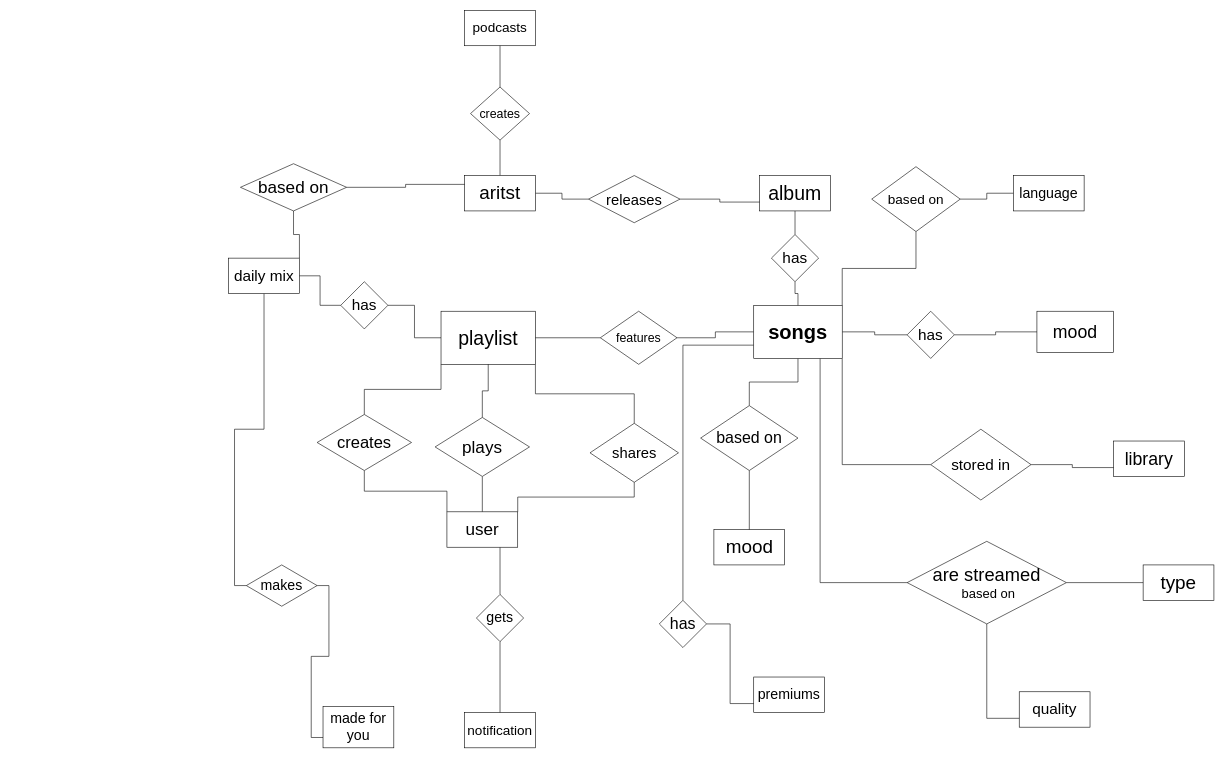
harshbajani/se keeps this draw.io diagram as er diagram.drawio. Above is the earlier version. Source tidied: cells renumbered, new cells numbered last; positions are measured from the earlier drawing's top-left corner, leaving out a move shared by most shapes. Both pictures are drawn from the tidied source at 59%, with x=0, y=0 at pixel (228, 10).
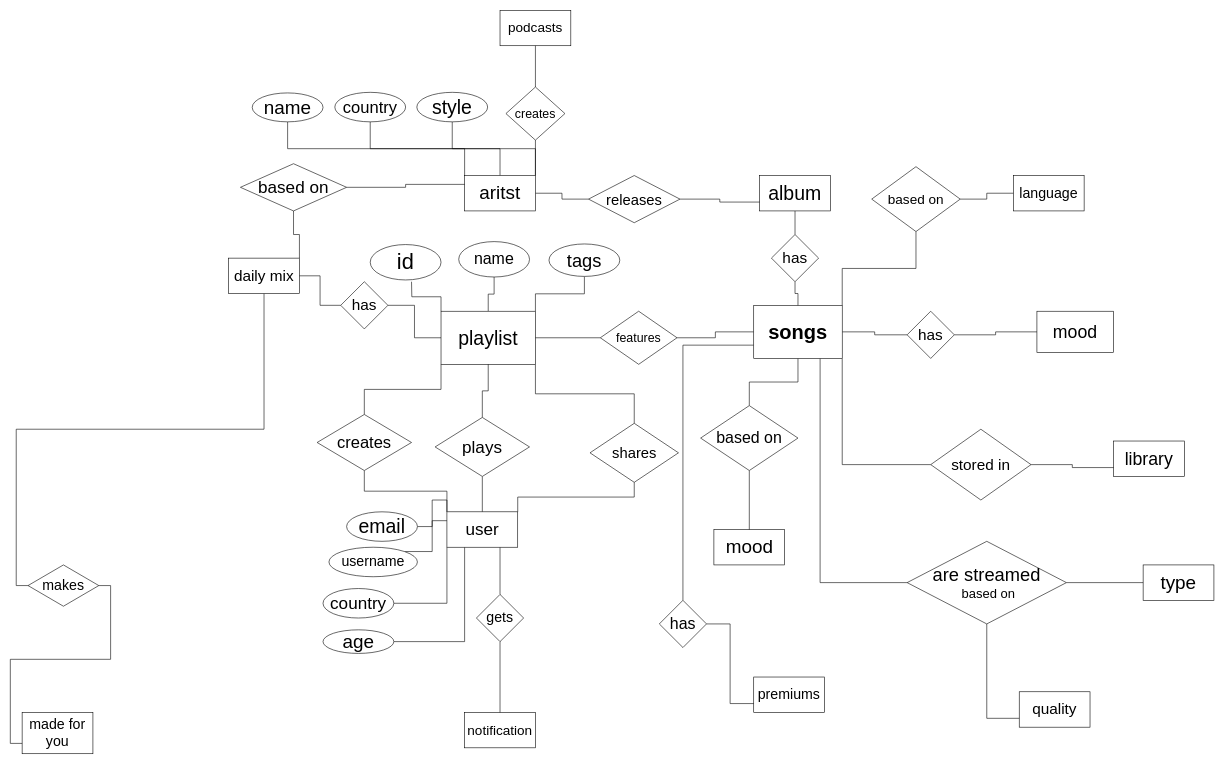
After the change.

Unchanged cells that the change refers to:
```xml
<mxCell id="11" value="&lt;font style=&quot;font-size: 29px&quot;&gt;user&lt;/font&gt;" style="rounded=0;whiteSpace=wrap;html=1;" parent="1" vertex="1">
  <mxGeometry x="370" y="850" width="120" height="60" as="geometry" />
</mxCell>
<mxCell id="27" value="&lt;font style=&quot;font-size: 33px&quot;&gt;playlist&lt;/font&gt;" style="rounded=0;whiteSpace=wrap;html=1;" parent="1" vertex="1">
  <mxGeometry x="360" y="510" width="160" height="90" as="geometry" />
</mxCell>
<mxCell id="32" value="&lt;font style=&quot;font-size: 32px&quot;&gt;aritst&lt;/font&gt;" style="rounded=0;whiteSpace=wrap;html=1;" parent="1" vertex="1">
  <mxGeometry x="400" y="280" width="120" height="60" as="geometry" />
</mxCell>
```

The edit, as a diff of the source:
```diff
@@
+    <mxCell id="70" style="edgeStyle=orthogonalEdgeStyle;rounded=0;jettySize=auto;html=1;exitX=0;exitY=0;exitDx=0;exitDy=0;entryX=1;entryY=0.5;entryDx=0;entryDy=0;endArrow=none;endFill=0;" parent="1" edge="1" source="11" target="80">
+      <mxGeometry relative="1" as="geometry" />
+    </mxCell>
+    <mxCell id="71" style="edgeStyle=orthogonalEdgeStyle;rounded=0;jettySize=auto;html=1;exitX=0;exitY=0.25;exitDx=0;exitDy=0;entryX=1;entryY=0;entryDx=0;entryDy=0;endArrow=none;endFill=0;" parent="1" edge="1" source="11" target="81">
+      <mxGeometry relative="1" as="geometry" />
+    </mxCell>
+    <mxCell id="72" style="edgeStyle=orthogonalEdgeStyle;rounded=0;jettySize=auto;html=1;exitX=0;exitY=1;exitDx=0;exitDy=0;entryX=1;entryY=0.5;entryDx=0;entryDy=0;endArrow=none;endFill=0;" parent="1" edge="1" source="11" target="82">
+      <mxGeometry relative="1" as="geometry" />
+    </mxCell>
+    <mxCell id="73" style="edgeStyle=orthogonalEdgeStyle;rounded=0;jettySize=auto;html=1;exitX=0.25;exitY=1;exitDx=0;exitDy=0;entryX=1;entryY=0.5;entryDx=0;entryDy=0;endArrow=none;endFill=0;" parent="1" edge="1" source="11" target="83">
+      <mxGeometry relative="1" as="geometry" />
+    </mxCell>
@@
     <mxCell id="14" value="&lt;font style=&quot;font-size: 24px&quot;&gt;made for you&lt;br&gt;&lt;/font&gt;" style="rounded=0;whiteSpace=wrap;html=1;" parent="1" vertex="1">
-      <mxGeometry x="160" y="1180" width="120" height="70" as="geometry" />
+      <mxGeometry x="-350" y="1190" width="120" height="70" as="geometry" />
     </mxCell>
@@
+    <mxCell id="74" style="edgeStyle=orthogonalEdgeStyle;rounded=0;jettySize=auto;html=1;exitX=1;exitY=0;exitDx=0;exitDy=0;entryX=0.5;entryY=1;entryDx=0;entryDy=0;endArrow=none;endFill=0;" parent="1" edge="1" source="27" target="86">
+      <mxGeometry relative="1" as="geometry" />
+    </mxCell>
+    <mxCell id="75" style="edgeStyle=orthogonalEdgeStyle;rounded=0;jettySize=auto;html=1;exitX=0.5;exitY=0;exitDx=0;exitDy=0;entryX=0.5;entryY=1;entryDx=0;entryDy=0;endArrow=none;endFill=0;" parent="1" edge="1" source="27" target="85">
+      <mxGeometry relative="1" as="geometry" />
+    </mxCell>
+    <mxCell id="76" style="edgeStyle=orthogonalEdgeStyle;rounded=0;jettySize=auto;html=1;exitX=0;exitY=0;exitDx=0;exitDy=0;endArrow=none;endFill=0;" parent="1" edge="1" source="27">
+      <mxGeometry relative="1" as="geometry">
+        <mxPoint x="310" y="460" as="targetPoint" />
+      </mxGeometry>
+    </mxCell>
@@
-    <mxCell id="31" style="edgeStyle=orthogonalEdgeStyle;rounded=0;jettySize=auto;html=1;exitX=0.5;exitY=0;exitDx=0;exitDy=0;entryX=0.5;entryY=1;entryDx=0;entryDy=0;startArrow=none;startFill=0;endArrow=none;endFill=0;" parent="1" edge="1" source="32" target="69">
+    <mxCell id="31" style="edgeStyle=orthogonalEdgeStyle;rounded=0;jettySize=auto;html=1;exitX=1;exitY=0;exitDx=0;exitDy=0;entryX=0.5;entryY=1;entryDx=0;entryDy=0;endArrow=none;endFill=0;" parent="1" edge="1" source="32" target="69">
       <mxGeometry relative="1" as="geometry" />
     </mxCell>
+    <mxCell id="77" style="edgeStyle=orthogonalEdgeStyle;rounded=0;jettySize=auto;html=1;exitX=1;exitY=0;exitDx=0;exitDy=0;entryX=0.5;entryY=1;entryDx=0;entryDy=0;endArrow=none;endFill=0;" parent="1" edge="1" source="32" target="87">
+      <mxGeometry relative="1" as="geometry" />
+    </mxCell>
+    <mxCell id="78" style="edgeStyle=orthogonalEdgeStyle;rounded=0;jettySize=auto;html=1;exitX=0.5;exitY=0;exitDx=0;exitDy=0;entryX=0.5;entryY=1;entryDx=0;entryDy=0;endArrow=none;endFill=0;" parent="1" edge="1" source="32" target="88">
+      <mxGeometry relative="1" as="geometry" />
+    </mxCell>
+    <mxCell id="79" style="edgeStyle=orthogonalEdgeStyle;rounded=0;jettySize=auto;html=1;exitX=0;exitY=0;exitDx=0;exitDy=0;entryX=0.5;entryY=1;entryDx=0;entryDy=0;endArrow=none;endFill=0;" parent="1" edge="1" source="32" target="89">
+      <mxGeometry relative="1" as="geometry" />
+    </mxCell>
@@
     <mxCell id="34" value="&lt;font style=&quot;font-size: 23px&quot;&gt;podcasts&lt;/font&gt;" style="rounded=0;whiteSpace=wrap;html=1;" parent="1" vertex="1">
-      <mxGeometry x="400" width="120" height="60" as="geometry" />
+      <mxGeometry x="460" width="120" height="60" as="geometry" />
     </mxCell>
@@
     <mxCell id="50" value="&lt;font style=&quot;font-size: 24px&quot;&gt;makes&lt;/font&gt;" style="rhombus;whiteSpace=wrap;html=1;" parent="1" vertex="1">
-      <mxGeometry x="30" y="940" width="120" height="70" as="geometry" />
+      <mxGeometry x="-340" y="940" width="120" height="70" as="geometry" />
     </mxCell>
@@
     <mxCell id="69" value="&lt;font style=&quot;font-size: 21px&quot;&gt;creates&lt;/font&gt;" style="rhombus;whiteSpace=wrap;html=1;" parent="1" vertex="1">
-      <mxGeometry x="410" y="130" width="100" height="90" as="geometry" />
+      <mxGeometry x="470" y="130" width="100" height="90" as="geometry" />
     </mxCell>
+    <mxCell id="80" value="&lt;font style=&quot;font-size: 33px&quot;&gt;email&lt;/font&gt;" style="ellipse;whiteSpace=wrap;html=1;" parent="1" vertex="1">
+      <mxGeometry x="200" y="850" width="120" height="50" as="geometry" />
+    </mxCell>
+    <mxCell id="81" value="&lt;font style=&quot;font-size: 24px&quot;&gt;username&lt;/font&gt;" style="ellipse;whiteSpace=wrap;html=1;" parent="1" vertex="1">
+      <mxGeometry x="170" y="910" width="150" height="50" as="geometry" />
+    </mxCell>
+    <mxCell id="82" value="&lt;font style=&quot;font-size: 29px&quot;&gt;country&lt;/font&gt;" style="ellipse;whiteSpace=wrap;html=1;" parent="1" vertex="1">
+      <mxGeometry x="160" y="980" width="120" height="50" as="geometry" />
+    </mxCell>
+    <mxCell id="83" value="&lt;font style=&quot;font-size: 32px&quot;&gt;age&lt;/font&gt;" style="ellipse;whiteSpace=wrap;html=1;" parent="1" vertex="1">
+      <mxGeometry x="160" y="1050" width="120" height="40" as="geometry" />
+    </mxCell>
+    <mxCell id="84" value="&lt;font style=&quot;font-size: 37px&quot;&gt;id&lt;/font&gt;" style="ellipse;whiteSpace=wrap;html=1;" parent="1" vertex="1">
+      <mxGeometry x="240" y="397" width="120" height="60" as="geometry" />
+    </mxCell>
+    <mxCell id="85" value="&lt;font style=&quot;font-size: 27px&quot;&gt;name&lt;/font&gt;" style="ellipse;whiteSpace=wrap;html=1;" parent="1" vertex="1">
+      <mxGeometry x="390" y="392" width="120" height="60" as="geometry" />
+    </mxCell>
+    <mxCell id="86" value="&lt;font style=&quot;font-size: 31px&quot;&gt;tags&lt;/font&gt;" style="ellipse;whiteSpace=wrap;html=1;" parent="1" vertex="1">
+      <mxGeometry x="543" y="396" width="120" height="55" as="geometry" />
+    </mxCell>
+    <mxCell id="87" value="&lt;font style=&quot;font-size: 33px&quot;&gt;style&lt;/font&gt;" style="ellipse;whiteSpace=wrap;html=1;" parent="1" vertex="1">
+      <mxGeometry x="319" y="139" width="120" height="50" as="geometry" />
+    </mxCell>
+    <mxCell id="88" value="&lt;font style=&quot;font-size: 28px&quot;&gt;country&lt;/font&gt;" style="ellipse;whiteSpace=wrap;html=1;" parent="1" vertex="1">
+      <mxGeometry x="180" y="139" width="120" height="50" as="geometry" />
+    </mxCell>
+    <mxCell id="89" value="&lt;font style=&quot;font-size: 32px&quot;&gt;name&lt;/font&gt;" style="ellipse;whiteSpace=wrap;html=1;" parent="1" vertex="1">
+      <mxGeometry x="40" y="140" width="120" height="49" as="geometry" />
+    </mxCell>
```
